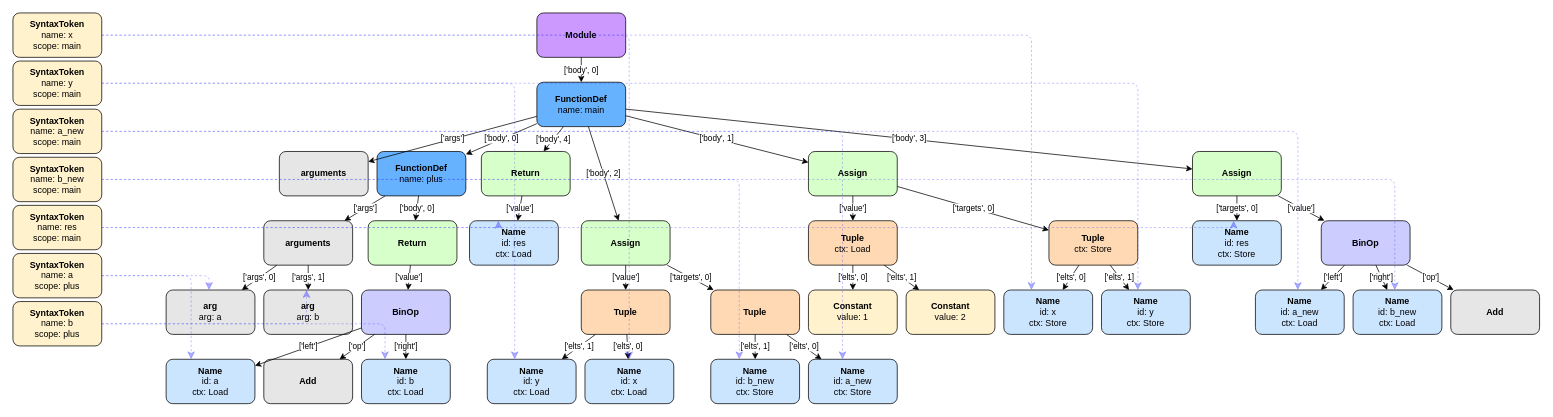
This is images/test-expansion-after.drawio from nastia-39/project-6390, a draw.io file, before an edit. Source tidied: cells renumbered, new cells numbered last; positions are measured from the earlier drawing's top-left corner, leaving out a move shared by most shapes. Both pictures are drawn from the tidied source at 74%, with x=0, y=0 at pixel (13, 13).
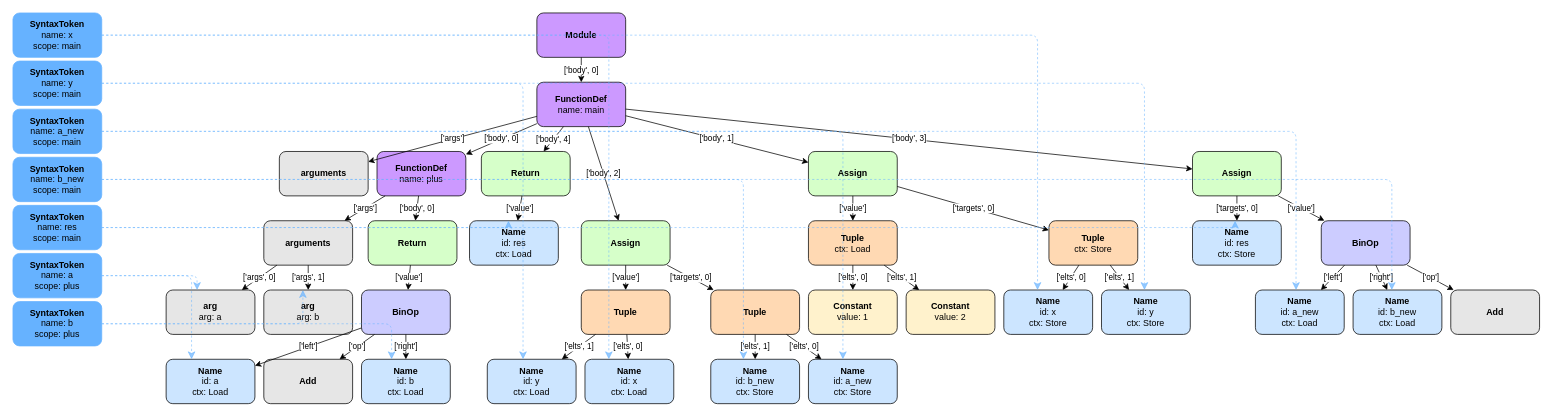
The same page after the edit.

Unchanged cells that the change refers to:
```xml
<mxCell id="7" value="&lt;b&gt;arg&lt;/b&gt;&lt;br&gt;arg: a" style="whiteSpace=wrap;html=1;rounded=1;fillColor=#E6E6E6;strokeColor=#000000;" parent="1" vertex="1">
  <mxGeometry x="207" y="374.4" width="120" height="60" as="geometry" />
</mxCell>
<mxCell id="8" value="&lt;b&gt;arg&lt;/b&gt;&lt;br&gt;arg: b" style="whiteSpace=wrap;html=1;rounded=1;fillColor=#E6E6E6;strokeColor=#000000;" parent="1" vertex="1">
  <mxGeometry x="339" y="374.4" width="120" height="60" as="geometry" />
</mxCell>
<mxCell id="11" value="&lt;b&gt;Name&lt;/b&gt;&lt;br&gt;id: a&lt;br&gt;ctx: Load" style="whiteSpace=wrap;html=1;rounded=1;fillColor=#CCE5FF;strokeColor=#000000;" parent="1" vertex="1">
  <mxGeometry x="207" y="468" width="120" height="60" as="geometry" />
</mxCell>
<mxCell id="13" value="&lt;b&gt;Name&lt;/b&gt;&lt;br&gt;id: b&lt;br&gt;ctx: Load" style="whiteSpace=wrap;html=1;rounded=1;fillColor=#CCE5FF;strokeColor=#000000;" parent="1" vertex="1">
  <mxGeometry x="471" y="468" width="120" height="60" as="geometry" />
</mxCell>
<mxCell id="16" value="&lt;b&gt;Name&lt;/b&gt;&lt;br&gt;id: x&lt;br&gt;ctx: Store" style="whiteSpace=wrap;html=1;rounded=1;fillColor=#CCE5FF;strokeColor=#000000;" parent="1" vertex="1">
  <mxGeometry x="1339" y="374.4" width="120" height="60" as="geometry" />
</mxCell>
<mxCell id="17" value="&lt;b&gt;Name&lt;/b&gt;&lt;br&gt;id: y&lt;br&gt;ctx: Store" style="whiteSpace=wrap;html=1;rounded=1;fillColor=#CCE5FF;strokeColor=#000000;" parent="1" vertex="1">
  <mxGeometry x="1471" y="374.4" width="120" height="60" as="geometry" />
</mxCell>
<mxCell id="23" value="&lt;b&gt;Name&lt;/b&gt;&lt;br&gt;id: a_new&lt;br&gt;ctx: Store" style="whiteSpace=wrap;html=1;rounded=1;fillColor=#CCE5FF;strokeColor=#000000;" parent="1" vertex="1">
  <mxGeometry x="1075" y="468" width="120" height="60" as="geometry" />
</mxCell>
<mxCell id="24" value="&lt;b&gt;Name&lt;/b&gt;&lt;br&gt;id: b_new&lt;br&gt;ctx: Store" style="whiteSpace=wrap;html=1;rounded=1;fillColor=#CCE5FF;strokeColor=#000000;" parent="1" vertex="1">
  <mxGeometry x="943" y="468" width="120" height="60" as="geometry" />
</mxCell>
<mxCell id="26" value="&lt;b&gt;Name&lt;/b&gt;&lt;br&gt;id: x&lt;br&gt;ctx: Load" style="whiteSpace=wrap;html=1;rounded=1;fillColor=#CCE5FF;strokeColor=#000000;" parent="1" vertex="1">
  <mxGeometry x="773" y="468" width="120" height="60" as="geometry" />
</mxCell>
<mxCell id="27" value="&lt;b&gt;Name&lt;/b&gt;&lt;br&gt;id: y&lt;br&gt;ctx: Load" style="whiteSpace=wrap;html=1;rounded=1;fillColor=#CCE5FF;strokeColor=#000000;" parent="1" vertex="1">
  <mxGeometry x="641" y="468" width="120" height="60" as="geometry" />
</mxCell>
<mxCell id="29" value="&lt;b&gt;Name&lt;/b&gt;&lt;br&gt;id: res&lt;br&gt;ctx: Store" style="whiteSpace=wrap;html=1;rounded=1;fillColor=#CCE5FF;strokeColor=#000000;" parent="1" vertex="1">
  <mxGeometry x="1594" y="280.8" width="120" height="60" as="geometry" />
</mxCell>
<mxCell id="31" value="&lt;b&gt;Name&lt;/b&gt;&lt;br&gt;id: a_new&lt;br&gt;ctx: Load" style="whiteSpace=wrap;html=1;rounded=1;fillColor=#CCE5FF;strokeColor=#000000;" parent="1" vertex="1">
  <mxGeometry x="1679" y="374.4" width="120" height="60" as="geometry" />
</mxCell>
<mxCell id="33" value="&lt;b&gt;Name&lt;/b&gt;&lt;br&gt;id: b_new&lt;br&gt;ctx: Load" style="whiteSpace=wrap;html=1;rounded=1;fillColor=#CCE5FF;strokeColor=#000000;" parent="1" vertex="1">
  <mxGeometry x="1811" y="374.4" width="120" height="60" as="geometry" />
</mxCell>
<mxCell id="35" value="&lt;b&gt;Name&lt;/b&gt;&lt;br&gt;id: res&lt;br&gt;ctx: Load" style="whiteSpace=wrap;html=1;rounded=1;fillColor=#CCE5FF;strokeColor=#000000;" parent="1" vertex="1">
  <mxGeometry x="617" y="280.8" width="120" height="60" as="geometry" />
</mxCell>
```

Change to the diagram source:
```diff
@@
-    <mxCell id="3" value="&lt;b&gt;FunctionDef&lt;/b&gt;&lt;br&gt;name: main" style="whiteSpace=wrap;html=1;rounded=1;fillColor=#66B2FF;strokeColor=#000000;" parent="1" vertex="1">
+    <mxCell id="3" value="&lt;b&gt;FunctionDef&lt;/b&gt;&lt;br&gt;name: main" style="whiteSpace=wrap;html=1;rounded=1;fillColor=#CC99FF;strokeColor=#000000;" parent="1" vertex="1">
       <mxGeometry x="708" y="93.6" width="120" height="60" as="geometry" />
     </mxCell>
@@
-    <mxCell id="5" value="&lt;b&gt;FunctionDef&lt;/b&gt;&lt;br&gt;name: plus" style="whiteSpace=wrap;html=1;rounded=1;fillColor=#66B2FF;strokeColor=#000000;" parent="1" vertex="1">
+    <mxCell id="5" value="&lt;b&gt;FunctionDef&lt;/b&gt;&lt;br&gt;name: plus" style="whiteSpace=wrap;html=1;rounded=1;fillColor=#CC99FF;strokeColor=#000000;" parent="1" vertex="1">
       <mxGeometry x="492" y="187.2" width="120" height="60" as="geometry" />
     </mxCell>
@@
-    <mxCell id="69" value="&lt;b&gt;SyntaxToken&lt;/b&gt;&lt;br&gt;name: x&lt;br&gt;scope: main" style="whiteSpace=wrap;html=1;rounded=1;fillColor=#FFF2CC;strokeColor=#000000;" parent="1" vertex="1">
+    <mxCell id="69" value="&lt;b&gt;SyntaxToken&lt;/b&gt;&lt;br&gt;name: x&lt;br&gt;scope: main" style="whiteSpace=wrap;html=1;rounded=1;fillColor=#66B2FF;strokeColor=#66B2FF;" parent="1" vertex="1">
       <mxGeometry width="120" height="60" as="geometry" />
     </mxCell>
-    <mxCell id="70" value="&lt;b&gt;SyntaxToken&lt;/b&gt;&lt;br&gt;name: y&lt;br&gt;scope: main" style="whiteSpace=wrap;html=1;rounded=1;fillColor=#FFF2CC;strokeColor=#000000;" parent="1" vertex="1">
+    <mxCell id="70" value="&lt;b&gt;SyntaxToken&lt;/b&gt;&lt;br&gt;name: y&lt;br&gt;scope: main" style="whiteSpace=wrap;html=1;rounded=1;fillColor=#66B2FF;strokeColor=#66B2FF;" parent="1" vertex="1">
       <mxGeometry y="65" width="120" height="60" as="geometry" />
     </mxCell>
-    <mxCell id="71" value="&lt;b&gt;SyntaxToken&lt;/b&gt;&lt;br&gt;name: a_new&lt;br&gt;scope: main" style="whiteSpace=wrap;html=1;rounded=1;fillColor=#FFF2CC;strokeColor=#000000;" parent="1" vertex="1">
+    <mxCell id="71" value="&lt;b&gt;SyntaxToken&lt;/b&gt;&lt;br&gt;name: a_new&lt;br&gt;scope: main" style="whiteSpace=wrap;html=1;rounded=1;fillColor=#66B2FF;strokeColor=#66B2FF;" parent="1" vertex="1">
       <mxGeometry y="130" width="120" height="60" as="geometry" />
     </mxCell>
-    <mxCell id="72" value="&lt;b&gt;SyntaxToken&lt;/b&gt;&lt;br&gt;name: b_new&lt;br&gt;scope: main" style="whiteSpace=wrap;html=1;rounded=1;fillColor=#FFF2CC;strokeColor=#000000;" parent="1" vertex="1">
+    <mxCell id="72" value="&lt;b&gt;SyntaxToken&lt;/b&gt;&lt;br&gt;name: b_new&lt;br&gt;scope: main" style="whiteSpace=wrap;html=1;rounded=1;fillColor=#66B2FF;strokeColor=#66B2FF;" parent="1" vertex="1">
       <mxGeometry y="195" width="120" height="60" as="geometry" />
     </mxCell>
-    <mxCell id="73" value="&lt;b&gt;SyntaxToken&lt;/b&gt;&lt;br&gt;name: res&lt;br&gt;scope: main" style="whiteSpace=wrap;html=1;rounded=1;fillColor=#FFF2CC;strokeColor=#000000;" parent="1" vertex="1">
+    <mxCell id="73" value="&lt;b&gt;SyntaxToken&lt;/b&gt;&lt;br&gt;name: res&lt;br&gt;scope: main" style="whiteSpace=wrap;html=1;rounded=1;fillColor=#66B2FF;strokeColor=#66B2FF;" parent="1" vertex="1">
       <mxGeometry y="260" width="120" height="60" as="geometry" />
     </mxCell>
-    <mxCell id="74" value="&lt;b&gt;SyntaxToken&lt;/b&gt;&lt;br&gt;name: a&lt;br&gt;scope: plus" style="whiteSpace=wrap;html=1;rounded=1;fillColor=#FFF2CC;strokeColor=#000000;" parent="1" vertex="1">
+    <mxCell id="74" value="&lt;b&gt;SyntaxToken&lt;/b&gt;&lt;br&gt;name: a&lt;br&gt;scope: plus" style="whiteSpace=wrap;html=1;rounded=1;fillColor=#66B2FF;strokeColor=#66B2FF;" parent="1" vertex="1">
       <mxGeometry y="325" width="120" height="60" as="geometry" />
     </mxCell>
-    <mxCell id="75" value="&lt;b&gt;SyntaxToken&lt;/b&gt;&lt;br&gt;name: b&lt;br&gt;scope: plus" style="whiteSpace=wrap;html=1;rounded=1;fillColor=#FFF2CC;strokeColor=#000000;" parent="1" vertex="1">
+    <mxCell id="75" value="&lt;b&gt;SyntaxToken&lt;/b&gt;&lt;br&gt;name: b&lt;br&gt;scope: plus" style="whiteSpace=wrap;html=1;rounded=1;fillColor=#66B2FF;strokeColor=#66B2FF;" parent="1" vertex="1">
       <mxGeometry y="390" width="120" height="60" as="geometry" />
     </mxCell>
-    <mxCell id="76" style="edgeStyle=segmentEdgeStyle;endArrow=classic;html=1;rounded=1;endSize=8;startSize=8;entryX=0.3115161696989627;entryY=0;entryDx=0;entryDy=0;opacity=40;shadow=0;dashed=1;jumpSize=6;strokeColor=#3333FF;" parent="1" edge="1" source="69" target="16">
+    <mxCell id="76" style="edgeStyle=segmentEdgeStyle;endArrow=classic;html=1;rounded=1;endSize=8;startSize=8;entryX=0.37993901231288807;entryY=0;entryDx=0;entryDy=0;opacity=70;shadow=0;dashed=1;jumpSize=6;strokeColor=#66B2FF;" parent="1" edge="1" source="69" target="16">
       <mxGeometry relative="1" as="geometry" />
     </mxCell>
-    <mxCell id="77" style="edgeStyle=segmentEdgeStyle;endArrow=classic;html=1;rounded=1;endSize=8;startSize=8;entryX=0.49839852163505166;entryY=0;entryDx=0;entryDy=0;opacity=40;shadow=0;dashed=1;jumpSize=6;strokeColor=#3333FF;" parent="1" edge="1" source="69" target="26">
+    <mxCell id="77" style="edgeStyle=segmentEdgeStyle;endArrow=classic;html=1;rounded=1;endSize=8;startSize=8;entryX=0.2687903570504353;entryY=0;entryDx=0;entryDy=0;opacity=70;shadow=0;dashed=1;jumpSize=6;strokeColor=#66B2FF;" parent="1" edge="1" source="69" target="26">
       <mxGeometry relative="1" as="geometry" />
     </mxCell>
-    <mxCell id="78" style="edgeStyle=segmentEdgeStyle;endArrow=classic;html=1;rounded=1;endSize=8;startSize=8;entryX=0.4097407945179896;entryY=0;entryDx=0;entryDy=0;opacity=40;shadow=0;dashed=1;jumpSize=6;strokeColor=#3333FF;" parent="1" edge="1" source="70" target="17">
+    <mxCell id="78" style="edgeStyle=segmentEdgeStyle;endArrow=classic;html=1;rounded=1;endSize=8;startSize=8;entryX=0.4838612937691047;entryY=0;entryDx=0;entryDy=0;opacity=70;shadow=0;dashed=1;jumpSize=6;strokeColor=#66B2FF;" parent="1" edge="1" source="70" target="17">
       <mxGeometry relative="1" as="geometry" />
     </mxCell>
-    <mxCell id="79" style="edgeStyle=segmentEdgeStyle;endArrow=classic;html=1;rounded=1;endSize=8;startSize=8;entryX=0.3086678921973952;entryY=0;entryDx=0;entryDy=0;opacity=40;shadow=0;dashed=1;jumpSize=6;strokeColor=#3333FF;" parent="1" edge="1" source="70" target="27">
+    <mxCell id="79" style="edgeStyle=segmentEdgeStyle;endArrow=classic;html=1;rounded=1;endSize=8;startSize=8;entryX=0.40249304414777715;entryY=0;entryDx=0;entryDy=0;opacity=70;shadow=0;dashed=1;jumpSize=6;strokeColor=#66B2FF;" parent="1" edge="1" source="70" target="27">
       <mxGeometry relative="1" as="geometry" />
     </mxCell>
-    <mxCell id="80" style="edgeStyle=segmentEdgeStyle;endArrow=classic;html=1;rounded=1;endSize=8;startSize=8;entryX=0.3836703853228579;entryY=0;entryDx=0;entryDy=0;opacity=40;shadow=0;dashed=1;jumpSize=6;strokeColor=#3333FF;" parent="1" edge="1" source="71" target="23">
+    <mxCell id="80" style="edgeStyle=segmentEdgeStyle;endArrow=classic;html=1;rounded=1;endSize=8;startSize=8;entryX=0.38808613667362335;entryY=0;entryDx=0;entryDy=0;opacity=70;shadow=0;dashed=1;jumpSize=6;strokeColor=#66B2FF;" parent="1" edge="1" source="71" target="23">
       <mxGeometry relative="1" as="geometry" />
     </mxCell>
-    <mxCell id="81" style="edgeStyle=segmentEdgeStyle;endArrow=classic;html=1;rounded=1;endSize=8;startSize=8;entryX=0.4780569749430362;entryY=0;entryDx=0;entryDy=0;opacity=40;shadow=0;dashed=1;jumpSize=6;strokeColor=#3333FF;" parent="1" edge="1" source="71" target="31">
+    <mxCell id="81" style="edgeStyle=segmentEdgeStyle;endArrow=classic;html=1;rounded=1;endSize=8;startSize=8;entryX=0.45755720130012023;entryY=0;entryDx=0;entryDy=0;opacity=70;shadow=0;dashed=1;jumpSize=6;strokeColor=#66B2FF;" parent="1" edge="1" source="71" target="31">
       <mxGeometry relative="1" as="geometry" />
     </mxCell>
-    <mxCell id="82" style="edgeStyle=segmentEdgeStyle;endArrow=classic;html=1;rounded=1;endSize=8;startSize=8;entryX=0.3206719959187756;entryY=0;entryDx=0;entryDy=0;opacity=40;shadow=0;dashed=1;jumpSize=6;strokeColor=#3333FF;" parent="1" edge="1" source="72" target="24">
+    <mxCell id="82" style="edgeStyle=segmentEdgeStyle;endArrow=classic;html=1;rounded=1;endSize=8;startSize=8;entryX=0.36756132444305467;entryY=0;entryDx=0;entryDy=0;opacity=70;shadow=0;dashed=1;jumpSize=6;strokeColor=#66B2FF;" parent="1" edge="1" source="72" target="24">
       <mxGeometry relative="1" as="geometry" />
     </mxCell>
-    <mxCell id="83" style="edgeStyle=segmentEdgeStyle;endArrow=classic;html=1;rounded=1;endSize=8;startSize=8;entryX=0.4692747083470241;entryY=0;entryDx=0;entryDy=0;opacity=40;shadow=0;dashed=1;jumpSize=6;strokeColor=#3333FF;" parent="1" edge="1" source="72" target="33">
+    <mxCell id="83" style="edgeStyle=segmentEdgeStyle;endArrow=classic;html=1;rounded=1;endSize=8;startSize=8;entryX=0.4362651445696428;entryY=0;entryDx=0;entryDy=0;opacity=70;shadow=0;dashed=1;jumpSize=6;strokeColor=#66B2FF;" parent="1" edge="1" source="72" target="33">
       <mxGeometry relative="1" as="geometry" />
     </mxCell>
-    <mxCell id="84" style="edgeStyle=segmentEdgeStyle;endArrow=classic;html=1;rounded=1;endSize=8;startSize=8;entryX=0.46337052962426184;entryY=0;entryDx=0;entryDy=0;opacity=40;shadow=0;dashed=1;jumpSize=6;strokeColor=#3333FF;" parent="1" edge="1" source="73" target="29">
+    <mxCell id="84" style="edgeStyle=segmentEdgeStyle;endArrow=classic;html=1;rounded=1;endSize=8;startSize=8;entryX=0.4792277998195055;entryY=0;entryDx=0;entryDy=0;opacity=70;shadow=0;dashed=1;jumpSize=6;strokeColor=#66B2FF;" parent="1" edge="1" source="73" target="29">
       <mxGeometry relative="1" as="geometry" />
     </mxCell>
-    <mxCell id="85" style="edgeStyle=segmentEdgeStyle;endArrow=classic;html=1;rounded=1;endSize=8;startSize=8;entryX=0.3250445092263837;entryY=0;entryDx=0;entryDy=0;opacity=40;shadow=0;dashed=1;jumpSize=6;strokeColor=#3333FF;" parent="1" edge="1" source="73" target="35">
+    <mxCell id="85" style="edgeStyle=segmentEdgeStyle;endArrow=classic;html=1;rounded=1;endSize=8;startSize=8;entryX=0.43846583902725195;entryY=0;entryDx=0;entryDy=0;opacity=70;shadow=0;dashed=1;jumpSize=6;strokeColor=#66B2FF;" parent="1" edge="1" source="73" target="35">
       <mxGeometry relative="1" as="geometry" />
     </mxCell>
-    <mxCell id="86" style="edgeStyle=segmentEdgeStyle;endArrow=classic;html=1;rounded=1;endSize=8;startSize=8;entryX=0.48332756610281374;entryY=0;entryDx=0;entryDy=0;opacity=40;shadow=0;dashed=1;jumpSize=6;strokeColor=#3333FF;" parent="1" edge="1" source="74" target="7">
+    <mxCell id="86" style="edgeStyle=segmentEdgeStyle;endArrow=classic;html=1;rounded=1;endSize=8;startSize=8;entryX=0.3483672006719679;entryY=0;entryDx=0;entryDy=0;opacity=70;shadow=0;dashed=1;jumpSize=6;strokeColor=#66B2FF;" parent="1" edge="1" source="74" target="7">
       <mxGeometry relative="1" as="geometry" />
     </mxCell>
-    <mxCell id="87" style="edgeStyle=segmentEdgeStyle;endArrow=classic;html=1;rounded=1;endSize=8;startSize=8;entryX=0.2814490750682116;entryY=0;entryDx=0;entryDy=0;opacity=40;shadow=0;dashed=1;jumpSize=6;strokeColor=#3333FF;" parent="1" edge="1" source="74" target="11">
+    <mxCell id="87" style="edgeStyle=segmentEdgeStyle;endArrow=classic;html=1;rounded=1;endSize=8;startSize=8;entryX=0.28637663401458735;entryY=0;entryDx=0;entryDy=0;opacity=70;shadow=0;dashed=1;jumpSize=6;strokeColor=#66B2FF;" parent="1" edge="1" source="74" target="11">
       <mxGeometry relative="1" as="geometry" />
     </mxCell>
-    <mxCell id="88" style="edgeStyle=segmentEdgeStyle;endArrow=classic;html=1;rounded=1;endSize=8;startSize=8;entryX=0.4807706138257029;entryY=0;entryDx=0;entryDy=0;opacity=40;shadow=0;dashed=1;jumpSize=6;strokeColor=#3333FF;" parent="1" edge="1" source="75" target="8">
+    <mxCell id="88" style="edgeStyle=segmentEdgeStyle;endArrow=classic;html=1;rounded=1;endSize=8;startSize=8;entryX=0.4402169960823877;entryY=0;entryDx=0;entryDy=0;opacity=70;shadow=0;dashed=1;jumpSize=6;strokeColor=#66B2FF;" parent="1" edge="1" source="75" target="8">
       <mxGeometry relative="1" as="geometry" />
     </mxCell>
-    <mxCell id="89" style="edgeStyle=segmentEdgeStyle;endArrow=classic;html=1;rounded=1;endSize=8;startSize=8;entryX=0.2647643236321521;entryY=0;entryDx=0;entryDy=0;opacity=40;shadow=0;dashed=1;jumpSize=6;strokeColor=#3333FF;" parent="1" edge="1" source="75" target="13">
+    <mxCell id="89" style="edgeStyle=segmentEdgeStyle;endArrow=classic;html=1;rounded=1;endSize=8;startSize=8;entryX=0.33930462192257566;entryY=0;entryDx=0;entryDy=0;opacity=70;shadow=0;dashed=1;jumpSize=6;strokeColor=#66B2FF;" parent="1" edge="1" source="75" target="13">
       <mxGeometry relative="1" as="geometry" />
     </mxCell>
```
